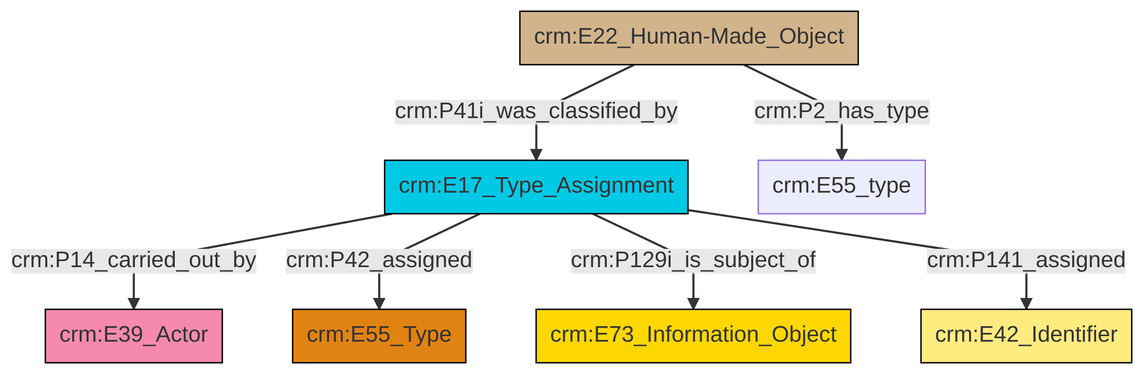
Before: et/builtWorkCSV/ttl/mmd/png/Built_Work_designation_status.png, a diagram exported from Mermaid (swiss-art-research-net/reference-data-models). Its source is kept beside it as et/builtWorkCSV/ttl/mmd/Built_Work_designation_status.ttl.mmd.
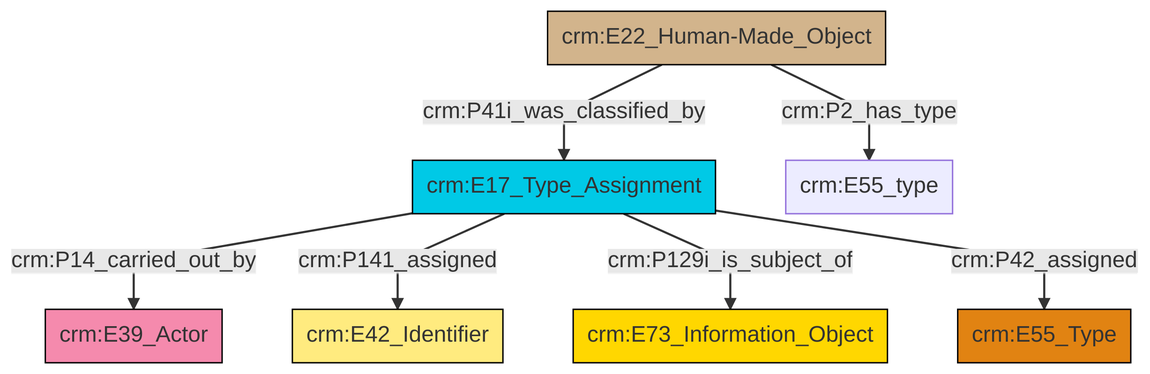
Later version of the same file.

What changed in the source:
```diff
@@ -13,9 +13,9 @@
 classDef PC_Classes fill:#4ce600, stroke:#000000;
 classDef Multi fill:#cccccc,stroke:#000000;
 
-0["crm:E17_Type_Assignment"]:::Temporal_Entity -->|crm:P14_carried_out_by| 1["crm:E39_Actor"]:::Actor
-0["crm:E17_Type_Assignment"]:::Temporal_Entity -->|crm:P42_assigned| 4["crm:E55_Type"]:::Type
-0["crm:E17_Type_Assignment"]:::Temporal_Entity -->|crm:P129i_is_subject_of| 7["crm:E73_Information_Object"]:::Conceptual_Object
-0["crm:E17_Type_Assignment"]:::Temporal_Entity -->|crm:P141_assigned| 5["crm:E42_Identifier"]:::Appellation
-13["crm:E22_Human-Made_Object"]:::Physical_Thing -->|crm:P2_has_type| 2["crm:E55_type"]:::Default
-13["crm:E22_Human-Made_Object"]:::Physical_Thing -->|crm:P41i_was_classified_by| 0["crm:E17_Type_Assignment"]:::Temporal_Entity
+4["crm:E17_Type_Assignment"]:::Temporal_Entity -->|crm:P14_carried_out_by| 2["crm:E39_Actor"]:::Actor
+4["crm:E17_Type_Assignment"]:::Temporal_Entity -->|crm:P141_assigned| 7["crm:E42_Identifier"]:::Appellation
+0["crm:E22_Human-Made_Object"]:::Physical_Thing -->|crm:P2_has_type| 8["crm:E55_type"]:::Default
+0["crm:E22_Human-Made_Object"]:::Physical_Thing -->|crm:P41i_was_classified_by| 4["crm:E17_Type_Assignment"]:::Temporal_Entity
+4["crm:E17_Type_Assignment"]:::Temporal_Entity -->|crm:P129i_is_subject_of| 5["crm:E73_Information_Object"]:::Conceptual_Object
+4["crm:E17_Type_Assignment"]:::Temporal_Entity -->|crm:P42_assigned| 9["crm:E55_Type"]:::Type
```
